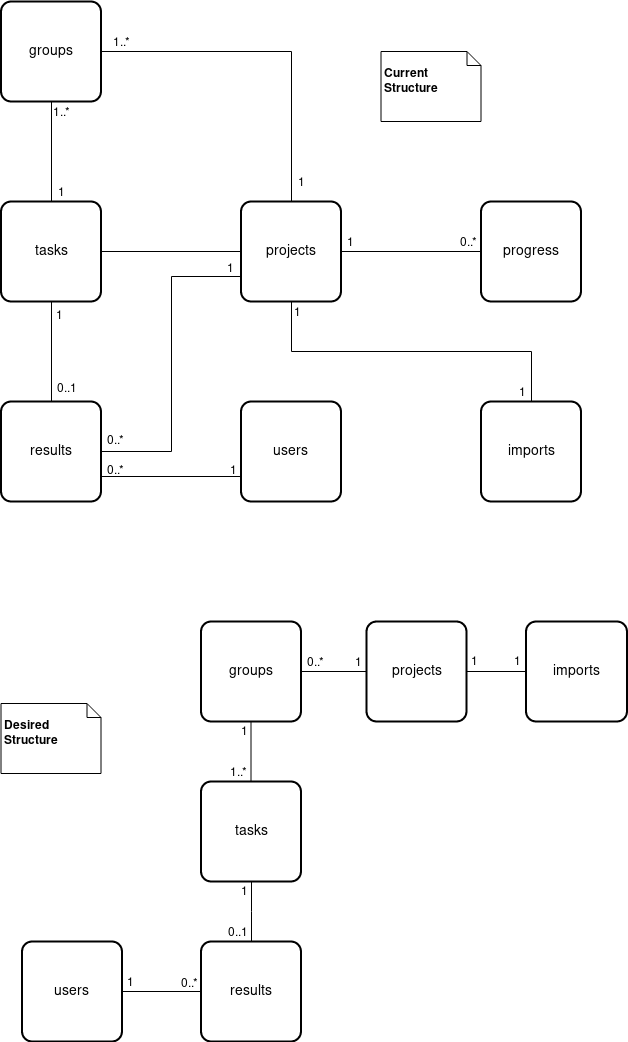
Earlier version of the draw.io export docs/_static/img/entity_relationship_diagram-postgres.png (mapswipe/python-mapswipe-workers). Source tidied: cells renumbered, new cells last; positions are measured from the earlier drawing's top-left corner, leaving out a move shared by most shapes. The source it was exported from:
```xml
<mxGraphModel>
  <root>
    <mxCell id="0" />
    <mxCell id="1" parent="0" />
    <mxCell id="2" value="users" style="strokeWidth=2;rounded=1;arcSize=10;whiteSpace=wrap;html=1;align=center;fontSize=14;" parent="1" vertex="1">
      <mxGeometry x="240.5" y="400" width="100" height="100" as="geometry" />
    </mxCell>
    <mxCell id="3" style="edgeStyle=orthogonalEdgeStyle;rounded=0;jettySize=auto;html=1;exitX=0.5;exitY=0;exitDx=0;exitDy=0;endArrow=none;endFill=0;entryX=0.5;entryY=1;entryDx=0;entryDy=0;" parent="1" edge="1" source="7" target="28">
      <mxGeometry relative="1" as="geometry" />
    </mxCell>
    <mxCell id="4" value="&lt;div&gt;1&lt;/div&gt;" style="text;html=1;align=center;verticalAlign=middle;labelBackgroundColor=#ffffff;" parent="3" vertex="1">
      <mxGeometry x="-0.8" y="-3" relative="1" as="geometry">
        <mxPoint x="7" as="offset" />
      </mxGeometry>
    </mxCell>
    <mxCell id="5" value="&lt;div&gt;1..*&lt;/div&gt;" style="text;html=1;align=center;verticalAlign=middle;labelBackgroundColor=#ffffff;" parent="3" vertex="1">
      <mxGeometry x="0.78" y="-2" relative="1" as="geometry">
        <mxPoint x="8" y="-1" as="offset" />
      </mxGeometry>
    </mxCell>
    <mxCell id="6" style="edgeStyle=orthogonalEdgeStyle;rounded=0;jettySize=auto;html=1;exitX=1;exitY=0.5;exitDx=0;exitDy=0;entryX=0;entryY=0.5;entryDx=0;entryDy=0;endArrow=none;endFill=0;" parent="1" edge="1" source="7" target="18">
      <mxGeometry relative="1" as="geometry" />
    </mxCell>
    <mxCell id="7" value="tasks" style="strokeWidth=2;rounded=1;arcSize=10;whiteSpace=wrap;html=1;align=center;fontSize=14;" parent="1" vertex="1">
      <mxGeometry x="0.5" y="200" width="100" height="100" as="geometry" />
    </mxCell>
    <mxCell id="8" style="edgeStyle=orthogonalEdgeStyle;rounded=0;jettySize=auto;html=1;exitX=0.5;exitY=0;exitDx=0;exitDy=0;entryX=0.5;entryY=1;entryDx=0;entryDy=0;endArrow=none;endFill=0;" parent="1" edge="1" source="15" target="7">
      <mxGeometry relative="1" as="geometry" />
    </mxCell>
    <mxCell id="9" value="1" style="text;html=1;align=center;verticalAlign=middle;labelBackgroundColor=#ffffff;" parent="8" vertex="1">
      <mxGeometry x="0.7" y="-1" relative="1" as="geometry">
        <mxPoint x="7" y="-2" as="offset" />
      </mxGeometry>
    </mxCell>
    <mxCell id="10" value="0..1" style="text;html=1;align=center;verticalAlign=middle;labelBackgroundColor=#ffffff;" parent="8" vertex="1">
      <mxGeometry x="-0.68" y="-2" relative="1" as="geometry">
        <mxPoint x="13" y="2" as="offset" />
      </mxGeometry>
    </mxCell>
    <mxCell id="11" style="edgeStyle=orthogonalEdgeStyle;rounded=0;jettySize=auto;html=1;exitX=1;exitY=0.5;exitDx=0;exitDy=0;entryX=0;entryY=0.75;entryDx=0;entryDy=0;endArrow=none;endFill=0;" parent="1" edge="1" source="15" target="18">
      <mxGeometry relative="1" as="geometry" />
    </mxCell>
    <mxCell id="12" value="1" style="text;html=1;align=center;verticalAlign=middle;labelBackgroundColor=#ffffff;" parent="11" vertex="1">
      <mxGeometry x="0.9" y="1" relative="1" as="geometry">
        <mxPoint x="4" y="-8" as="offset" />
      </mxGeometry>
    </mxCell>
    <mxCell id="13" value="0..*" style="text;html=1;align=center;verticalAlign=middle;labelBackgroundColor=#ffffff;" parent="11" vertex="1">
      <mxGeometry x="-0.92" y="4" relative="1" as="geometry">
        <mxPoint x="1" y="-8" as="offset" />
      </mxGeometry>
    </mxCell>
    <mxCell id="14" style="edgeStyle=orthogonalEdgeStyle;rounded=0;jettySize=auto;html=1;exitX=1;exitY=0.75;exitDx=0;exitDy=0;entryX=0;entryY=0.75;entryDx=0;entryDy=0;endArrow=none;endFill=0;" parent="1" edge="1" source="15" target="2">
      <mxGeometry relative="1" as="geometry" />
    </mxCell>
    <mxCell id="15" value="results" style="strokeWidth=2;rounded=1;arcSize=10;whiteSpace=wrap;html=1;align=center;fontSize=14;" parent="1" vertex="1">
      <mxGeometry x="0.5" y="400" width="100" height="100" as="geometry" />
    </mxCell>
    <mxCell id="16" style="edgeStyle=orthogonalEdgeStyle;rounded=0;jettySize=auto;html=1;exitX=1;exitY=0.5;exitDx=0;exitDy=0;entryX=0;entryY=0.5;entryDx=0;entryDy=0;endArrow=none;endFill=0;" parent="1" edge="1" source="18" target="21">
      <mxGeometry relative="1" as="geometry" />
    </mxCell>
    <mxCell id="17" value="1" style="text;html=1;align=center;verticalAlign=middle;labelBackgroundColor=#ffffff;" parent="16" vertex="1">
      <mxGeometry x="-0.87" y="-3" relative="1" as="geometry">
        <mxPoint y="-13" as="offset" />
      </mxGeometry>
    </mxCell>
    <mxCell id="18" value="projects" style="strokeWidth=2;rounded=1;arcSize=10;whiteSpace=wrap;html=1;align=center;fontSize=14;" parent="1" vertex="1">
      <mxGeometry x="240.5" y="200" width="100" height="100" as="geometry" />
    </mxCell>
    <mxCell id="19" style="edgeStyle=orthogonalEdgeStyle;rounded=0;jettySize=auto;html=1;endArrow=none;endFill=0;" parent="1" edge="1" source="21">
      <mxGeometry relative="1" as="geometry">
        <mxPoint x="400.5" y="250" as="targetPoint" />
      </mxGeometry>
    </mxCell>
    <mxCell id="20" value="0..*" style="text;html=1;align=center;verticalAlign=middle;labelBackgroundColor=#ffffff;" parent="19" vertex="1">
      <mxGeometry x="-0.72" y="2" relative="1" as="geometry">
        <mxPoint x="-2" y="-12" as="offset" />
      </mxGeometry>
    </mxCell>
    <mxCell id="21" value="progress" style="strokeWidth=2;rounded=1;arcSize=10;whiteSpace=wrap;html=1;align=center;fontSize=14;" parent="1" vertex="1">
      <mxGeometry x="480.5" y="200" width="100" height="100" as="geometry" />
    </mxCell>
    <mxCell id="22" style="edgeStyle=orthogonalEdgeStyle;rounded=0;jettySize=auto;html=1;exitX=0.5;exitY=0;exitDx=0;exitDy=0;entryX=0.5;entryY=1;entryDx=0;entryDy=0;endArrow=none;endFill=0;" parent="1" edge="1" source="24" target="18">
      <mxGeometry relative="1" as="geometry" />
    </mxCell>
    <mxCell id="23" value="1" style="text;html=1;align=center;verticalAlign=middle;labelBackgroundColor=#ffffff;" parent="22" vertex="1">
      <mxGeometry x="0.94" y="2" relative="1" as="geometry">
        <mxPoint x="8" as="offset" />
      </mxGeometry>
    </mxCell>
    <mxCell id="24" value="imports" style="strokeWidth=2;rounded=1;arcSize=10;whiteSpace=wrap;html=1;align=center;fontSize=14;" parent="1" vertex="1">
      <mxGeometry x="480.5" y="400" width="100" height="100" as="geometry" />
    </mxCell>
    <mxCell id="25" style="edgeStyle=orthogonalEdgeStyle;rounded=0;jettySize=auto;html=1;exitX=1;exitY=0.5;exitDx=0;exitDy=0;entryX=0.5;entryY=0;entryDx=0;entryDy=0;endArrow=none;endFill=0;" parent="1" edge="1" source="28" target="18">
      <mxGeometry relative="1" as="geometry" />
    </mxCell>
    <mxCell id="26" value="1" style="text;html=1;align=center;verticalAlign=middle;labelBackgroundColor=#ffffff;" parent="25" vertex="1">
      <mxGeometry x="0.83" relative="1" as="geometry">
        <mxPoint x="10" y="9" as="offset" />
      </mxGeometry>
    </mxCell>
    <mxCell id="27" value="1..*" style="text;html=1;align=center;verticalAlign=middle;labelBackgroundColor=#ffffff;" parent="25" vertex="1">
      <mxGeometry x="-0.86" y="-2" relative="1" as="geometry">
        <mxPoint x="-3" y="-12" as="offset" />
      </mxGeometry>
    </mxCell>
    <mxCell id="28" value="groups" style="strokeWidth=2;rounded=1;arcSize=10;whiteSpace=wrap;html=1;align=center;fontSize=14;" parent="1" vertex="1">
      <mxGeometry x="0.5" width="100" height="100" as="geometry" />
    </mxCell>
    <mxCell id="29" style="edgeStyle=orthogonalEdgeStyle;rounded=0;jettySize=auto;html=1;endArrow=none;endFill=0;exitX=1;exitY=0.5;exitDx=0;exitDy=0;" parent="1" edge="1" source="31" target="35">
      <mxGeometry relative="1" as="geometry" />
    </mxCell>
    <mxCell id="30" value="0..*" style="text;html=1;align=center;verticalAlign=middle;labelBackgroundColor=#ffffff;" parent="29" vertex="1">
      <mxGeometry x="0.76" y="-1" relative="1" as="geometry">
        <mxPoint x="-2" y="-10" as="offset" />
      </mxGeometry>
    </mxCell>
    <mxCell id="31" value="users" style="strokeWidth=2;rounded=1;arcSize=10;whiteSpace=wrap;html=1;align=center;fontSize=14;" parent="1" vertex="1">
      <mxGeometry x="21.5" y="940" width="100" height="100" as="geometry" />
    </mxCell>
    <mxCell id="32" style="edgeStyle=orthogonalEdgeStyle;rounded=0;jettySize=auto;html=1;endArrow=none;endFill=0;" parent="1" edge="1" source="33" target="42">
      <mxGeometry relative="1" as="geometry" />
    </mxCell>
    <mxCell id="33" value="tasks" style="strokeWidth=2;rounded=1;arcSize=10;whiteSpace=wrap;html=1;align=center;fontSize=14;" parent="1" vertex="1">
      <mxGeometry x="200.5" y="780" width="100" height="100" as="geometry" />
    </mxCell>
    <mxCell id="34" style="edgeStyle=orthogonalEdgeStyle;rounded=0;jettySize=auto;html=1;exitX=0.5;exitY=0;exitDx=0;exitDy=0;endArrow=none;endFill=0;" parent="1" edge="1" source="35" target="33">
      <mxGeometry relative="1" as="geometry" />
    </mxCell>
    <mxCell id="35" value="results" style="strokeWidth=2;rounded=1;arcSize=10;whiteSpace=wrap;html=1;align=center;fontSize=14;" parent="1" vertex="1">
      <mxGeometry x="200.5" y="940" width="100" height="100" as="geometry" />
    </mxCell>
    <mxCell id="36" value="projects" style="strokeWidth=2;rounded=1;arcSize=10;whiteSpace=wrap;html=1;align=center;fontSize=14;" parent="1" vertex="1">
      <mxGeometry x="366" y="620" width="100" height="100" as="geometry" />
    </mxCell>
    <mxCell id="37" style="edgeStyle=orthogonalEdgeStyle;rounded=0;jettySize=auto;html=1;exitX=0;exitY=0.5;exitDx=0;exitDy=0;entryX=1;entryY=0.5;entryDx=0;entryDy=0;endArrow=none;endFill=0;" parent="1" edge="1" source="38" target="36">
      <mxGeometry relative="1" as="geometry" />
    </mxCell>
    <mxCell id="38" value="imports" style="strokeWidth=2;rounded=1;arcSize=10;whiteSpace=wrap;html=1;align=center;fontSize=14;" parent="1" vertex="1">
      <mxGeometry x="525.5" y="620" width="101" height="100" as="geometry" />
    </mxCell>
    <mxCell id="39" style="edgeStyle=orthogonalEdgeStyle;rounded=0;jettySize=auto;html=1;exitX=1;exitY=0.5;exitDx=0;exitDy=0;endArrow=none;endFill=0;" parent="1" edge="1" source="42" target="36">
      <mxGeometry relative="1" as="geometry" />
    </mxCell>
    <mxCell id="40" value="0..*" style="text;html=1;align=center;verticalAlign=middle;labelBackgroundColor=#ffffff;" parent="39" vertex="1">
      <mxGeometry x="-0.91" y="3" relative="1" as="geometry">
        <mxPoint x="10.7" y="-7" as="offset" />
      </mxGeometry>
    </mxCell>
    <mxCell id="41" value="1" style="text;html=1;align=center;verticalAlign=middle;labelBackgroundColor=#ffffff;" parent="39" vertex="1">
      <mxGeometry x="0.89" relative="1" as="geometry">
        <mxPoint x="-4.5" y="-10" as="offset" />
      </mxGeometry>
    </mxCell>
    <mxCell id="42" value="groups" style="strokeWidth=2;rounded=1;arcSize=10;whiteSpace=wrap;html=1;align=center;fontSize=14;" parent="1" vertex="1">
      <mxGeometry x="200.5" y="620" width="100" height="100" as="geometry" />
    </mxCell>
    <mxCell id="43" value="1" style="text;html=1;align=left;verticalAlign=top;spacingTop=-4;" parent="1" vertex="1">
      <mxGeometry x="238.5" y="721" width="20" height="20" as="geometry" />
    </mxCell>
    <mxCell id="44" value="1..*" style="text;html=1;align=left;verticalAlign=top;spacingTop=-4;" parent="1" vertex="1">
      <mxGeometry x="227.5" y="762" width="30" height="20" as="geometry" />
    </mxCell>
    <mxCell id="45" value="0..1" style="text;html=1;align=left;verticalAlign=top;spacingTop=-4;" parent="1" vertex="1">
      <mxGeometry x="225.5" y="922" width="40" height="20" as="geometry" />
    </mxCell>
    <mxCell id="46" value="1" style="text;html=1;align=left;verticalAlign=top;spacingTop=-4;" parent="1" vertex="1">
      <mxGeometry x="238.5" y="881" width="20" height="20" as="geometry" />
    </mxCell>
    <mxCell id="47" value="1" style="text;html=1;align=left;verticalAlign=top;spacingTop=-4;" parent="1" vertex="1">
      <mxGeometry x="511.5" y="651" width="20" height="20" as="geometry" />
    </mxCell>
    <mxCell id="48" value="1" style="text;html=1;align=left;verticalAlign=top;spacingTop=-4;" parent="1" vertex="1">
      <mxGeometry x="468.5" y="651" width="20" height="20" as="geometry" />
    </mxCell>
    <mxCell id="49" value="1" style="text;html=1;align=center;verticalAlign=middle;labelBackgroundColor=#ffffff;" parent="1" vertex="1">
      <mxGeometry x="514.3" y="390.1" as="geometry">
        <mxPoint x="8" as="offset" />
      </mxGeometry>
    </mxCell>
    <mxCell id="50" value="1" style="text;html=1;align=left;verticalAlign=top;spacingTop=-4;" parent="1" vertex="1">
      <mxGeometry x="227.5" y="460" width="20" height="20" as="geometry" />
    </mxCell>
    <mxCell id="51" value="&lt;div&gt;0..*&lt;/div&gt;" style="text;html=1;align=left;verticalAlign=top;spacingTop=-4;" parent="1" vertex="1">
      <mxGeometry x="104.5" y="460" width="30" height="20" as="geometry" />
    </mxCell>
    <mxCell id="52" value="&lt;div&gt;1&lt;/div&gt;" style="text;html=1;align=left;verticalAlign=top;spacingTop=-4;" parent="1" vertex="1">
      <mxGeometry x="124.5" y="972" width="20" height="20" as="geometry" />
    </mxCell>
    <mxCell id="53" value="&lt;div&gt;&lt;b&gt;&lt;br&gt;&lt;/b&gt;&lt;/div&gt;&lt;div&gt;&lt;b&gt;Current Structure&lt;/b&gt;&lt;/div&gt;" style="shape=note;whiteSpace=wrap;html=1;size=14;verticalAlign=top;align=left;spacingTop=-6;" parent="1" vertex="1">
      <mxGeometry x="380.5" y="50" width="100" height="70" as="geometry" />
    </mxCell>
    <mxCell id="54" value="&lt;div&gt;&lt;b&gt;&lt;br&gt;&lt;/b&gt;&lt;/div&gt;&lt;div&gt;&lt;b&gt;Desired Structure&lt;/b&gt;&lt;/div&gt;" style="shape=note;whiteSpace=wrap;html=1;size=14;verticalAlign=top;align=left;spacingTop=-6;" parent="1" vertex="1">
      <mxGeometry x="0.5" y="702" width="100" height="70" as="geometry" />
    </mxCell>
  </root>
</mxGraphModel>
```
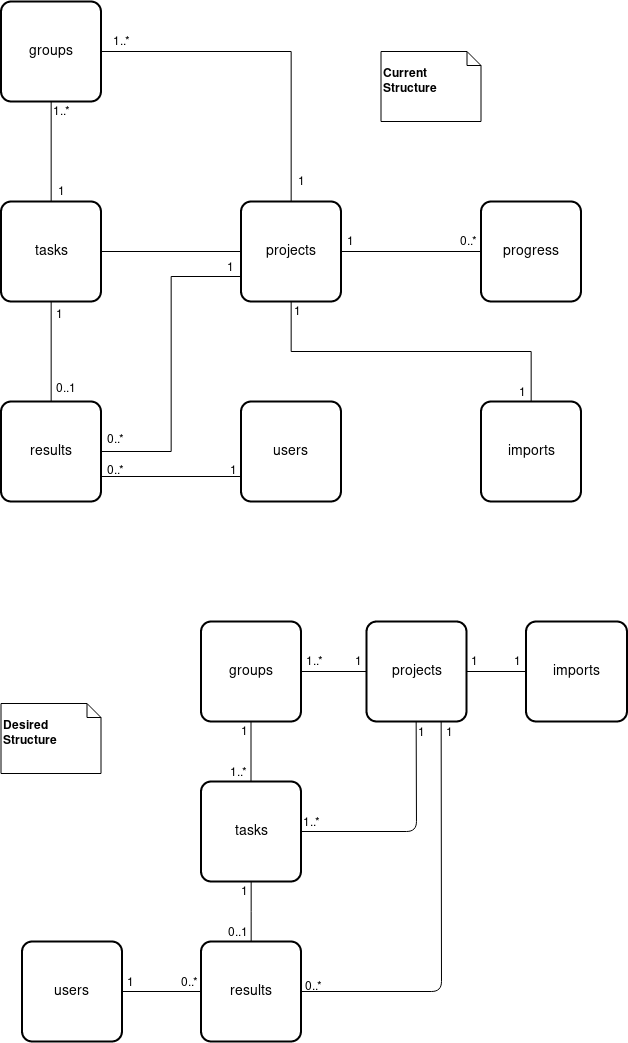
After the commit.

Commit message:
corrected ERD

Change to the diagram source:
```diff
@@ -142,7 +142,7 @@
     <mxCell id="39" style="edgeStyle=orthogonalEdgeStyle;rounded=0;jettySize=auto;html=1;exitX=1;exitY=0.5;exitDx=0;exitDy=0;endArrow=none;endFill=0;" parent="1" edge="1" source="42" target="36">
       <mxGeometry relative="1" as="geometry" />
     </mxCell>
-    <mxCell id="40" value="0..*" style="text;html=1;align=center;verticalAlign=middle;labelBackgroundColor=#ffffff;" parent="39" vertex="1">
+    <mxCell id="40" value="1..*" style="text;html=1;align=center;verticalAlign=middle;labelBackgroundColor=#ffffff;" parent="39" vertex="1">
       <mxGeometry x="-0.91" y="3" relative="1" as="geometry">
         <mxPoint x="10.7" y="-7" as="offset" />
       </mxGeometry>
@@ -193,5 +193,31 @@
     <mxCell id="54" value="&lt;div&gt;&lt;b&gt;&lt;br&gt;&lt;/b&gt;&lt;/div&gt;&lt;div&gt;&lt;b&gt;Desired Structure&lt;/b&gt;&lt;/div&gt;" style="shape=note;whiteSpace=wrap;html=1;size=14;verticalAlign=top;align=left;spacingTop=-6;" parent="1" vertex="1">
       <mxGeometry x="0.5" y="702" width="100" height="70" as="geometry" />
     </mxCell>
+    <mxCell id="55" style="endArrow=none;html=1;entryX=0.5;entryY=1;entryDx=0;entryDy=0;exitX=1;exitY=0.5;exitDx=0;exitDy=0;" parent="1" edge="1" source="33" target="36">
+      <mxGeometry relative="1" as="geometry">
+        <Array as="points">
+          <mxPoint x="416" y="830" />
+        </Array>
+      </mxGeometry>
+    </mxCell>
+    <mxCell id="56" style="endArrow=none;html=1;entryX=0.75;entryY=1;entryDx=0;entryDy=0;exitX=1;exitY=0.5;exitDx=0;exitDy=0;" parent="1" edge="1" source="35" target="36">
+      <mxGeometry relative="1" as="geometry">
+        <Array as="points">
+          <mxPoint x="441" y="990" />
+        </Array>
+      </mxGeometry>
+    </mxCell>
+    <mxCell id="57" value="1" style="text;html=1;align=left;verticalAlign=top;spacingTop=-4;" parent="1" vertex="1">
+      <mxGeometry x="416" y="722" width="20" height="20" as="geometry" />
+    </mxCell>
+    <mxCell id="58" value="&lt;div&gt;1..*&lt;/div&gt;" style="text;html=1;align=left;verticalAlign=top;spacingTop=-4;" parent="1" vertex="1">
+      <mxGeometry x="300.5" y="812" width="30" height="20" as="geometry" />
+    </mxCell>
+    <mxCell id="59" value="0..*" style="text;html=1;align=left;verticalAlign=top;spacingTop=-4;" parent="1" vertex="1">
+      <mxGeometry x="302.5" y="976" width="30" height="20" as="geometry" />
+    </mxCell>
+    <mxCell id="60" value="1" style="text;html=1;align=left;verticalAlign=top;spacingTop=-4;" parent="1" vertex="1">
+      <mxGeometry x="444" y="722" width="20" height="20" as="geometry" />
+    </mxCell>
   </root>
 </mxGraphModel>
```
